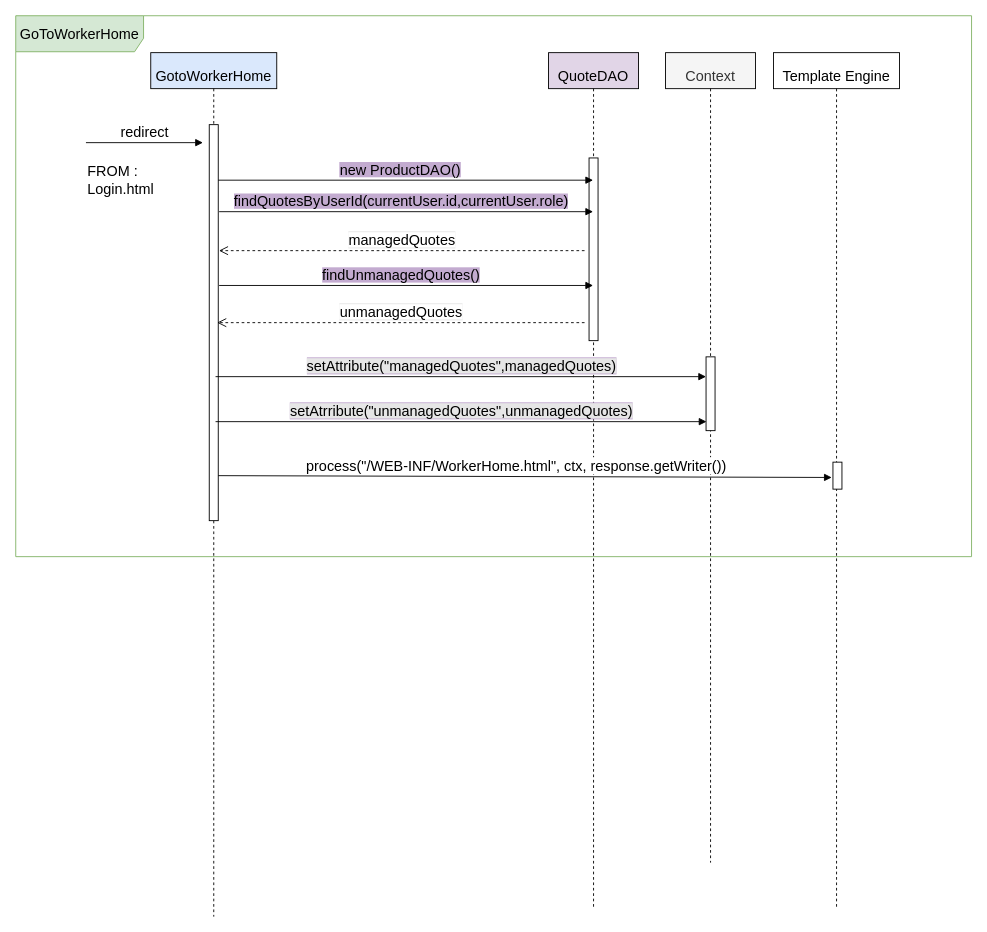
ManuMerlo/Web-App-Project-TIW-2022-Inghilleri-Merlo keeps this draw.io diagram as documentation/PureHTML_files_drawio/GotoWorkerHome.drawio. Above is the earlier version. Source tidied: cells renumbered, new cells numbered last; positions are measured from the earlier drawing's top-left corner, leaving out a move shared by most shapes. Both pictures are drawn from the tidied source at 90%, with x=0, y=0 at pixel (15, 15).
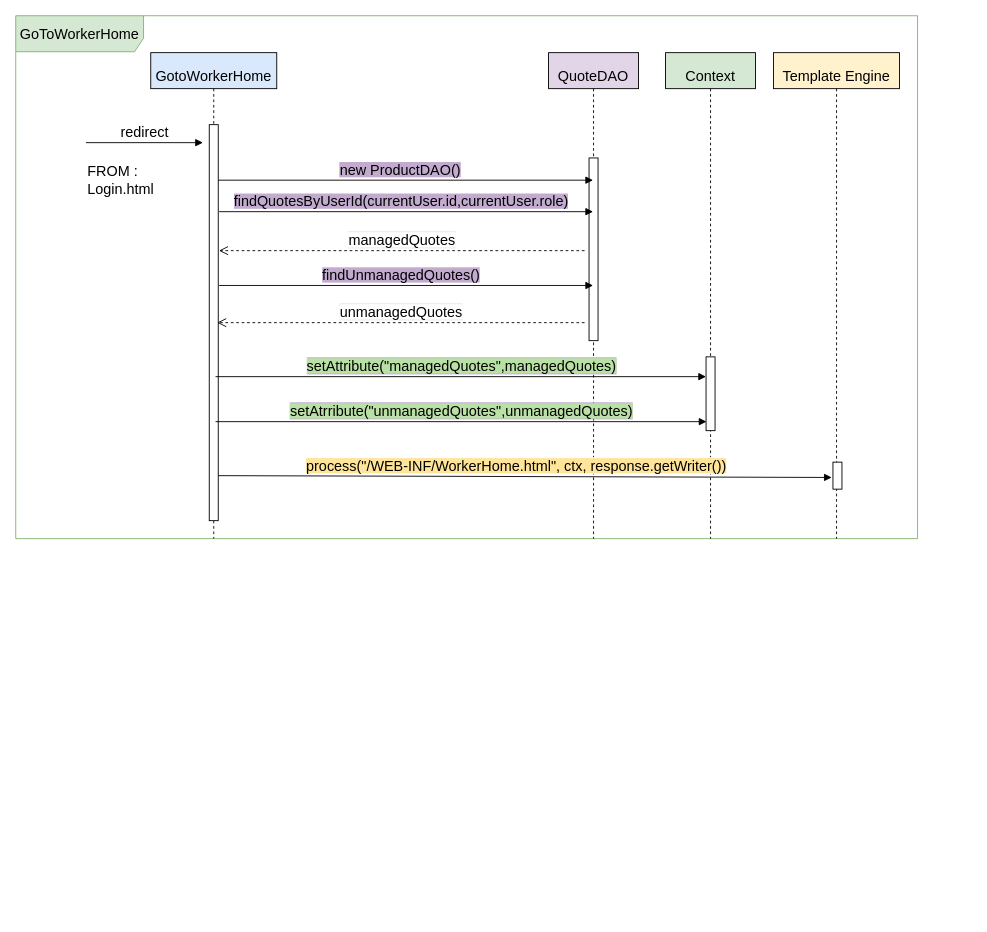
The same diagram, later.

Unchanged cells that the change refers to:
```xml
<mxCell id="13" style="html=1;points=[];perimeter=orthogonalPerimeter;fontSize=16;" parent="12" vertex="1">
  <mxGeometry x="66" y="455" width="10" height="30" as="geometry" />
</mxCell>
```

Change to the diagram source:
```diff
@@
     <mxCell id="2" value="GoToWorkerHome" style="shape=umlFrame;whiteSpace=wrap;html=1;fontSize=16;width=142;height=40;fillColor=#d5e8d4;strokeColor=#82b366;" parent="1" vertex="1">
-      <mxGeometry width="1062" height="601" as="geometry" />
+      <mxGeometry width="1002" height="581" as="geometry" />
     </mxCell>
     <mxCell id="3" value="&lt;font style=&quot;font-size: 16px;&quot;&gt;GotoWorkerHome&lt;/font&gt;" style="shape=umlLifeline;perimeter=lifelinePerimeter;whiteSpace=wrap;html=1;fontSize=33;align=center;fillColor=#dae8fc;strokeColor=#000000;" parent="1" vertex="1">
-      <mxGeometry x="150" y="41" width="140" height="960" as="geometry" />
+      <mxGeometry x="150" y="41" width="140" height="540" as="geometry" />
     </mxCell>
@@
-    <mxCell id="7" value="&lt;span style=&quot;font-size: 16px;&quot;&gt;Context&lt;/span&gt;" style="shape=umlLifeline;perimeter=lifelinePerimeter;whiteSpace=wrap;html=1;fontSize=33;align=center;fillColor=#f5f5f5;strokeColor=#000000;fontColor=#333333;" parent="1" vertex="1">
-      <mxGeometry x="722" y="41" width="100" height="900" as="geometry" />
+    <mxCell id="7" value="&lt;span style=&quot;font-size: 16px;&quot;&gt;Context&lt;/span&gt;" style="shape=umlLifeline;perimeter=lifelinePerimeter;whiteSpace=wrap;html=1;fontSize=33;align=center;fillColor=#d5e8d4;strokeColor=#000000;" parent="1" vertex="1">
+      <mxGeometry x="722" y="41" width="100" height="540" as="geometry" />
     </mxCell>
@@
     <mxCell id="9" value="&lt;span style=&quot;font-size: 16px;&quot;&gt;QuoteDAO&lt;/span&gt;" style="shape=umlLifeline;perimeter=lifelinePerimeter;whiteSpace=wrap;html=1;outlineConnect=0;fontSize=33;align=center;fillColor=#e1d5e7;strokeColor=#000000;" parent="1" vertex="1">
-      <mxGeometry x="592" y="41" width="100" height="950" as="geometry" />
+      <mxGeometry x="592" y="41" width="100" height="540" as="geometry" />
     </mxCell>
@@
-    <mxCell id="12" value="&lt;span style=&quot;font-size: 16px;&quot;&gt;Template Engine&lt;/span&gt;" style="shape=umlLifeline;perimeter=lifelinePerimeter;whiteSpace=wrap;html=1;fontSize=33;align=center;" parent="1" vertex="1">
-      <mxGeometry x="842" y="41" width="140" height="950" as="geometry" />
+    <mxCell id="12" value="&lt;span style=&quot;font-size: 16px;&quot;&gt;Template Engine&lt;/span&gt;" style="shape=umlLifeline;perimeter=lifelinePerimeter;whiteSpace=wrap;html=1;fontSize=33;align=center;fillColor=#fff2cc;strokeColor=#000000;" parent="1" vertex="1">
+      <mxGeometry x="842" y="41" width="140" height="540" as="geometry" />
     </mxCell>
@@
-    <mxCell id="14" value="process(&quot;/WEB-INF/WorkerHome.html&quot;, ctx, response.getWriter())" style="html=1;verticalAlign=bottom;endArrow=block;rounded=0;fontSize=16;entryX=-0.133;entryY=0.567;entryDx=0;entryDy=0;entryPerimeter=0;" parent="1" edge="1" target="13">
+    <mxCell id="14" value="&lt;span style=&quot;background-color: rgb(255, 229, 153);&quot;&gt;process(&quot;/WEB-INF/WorkerHome.html&quot;, ctx, response.getWriter())&lt;/span&gt;" style="html=1;verticalAlign=bottom;endArrow=block;rounded=0;fontSize=16;entryX=-0.133;entryY=0.567;entryDx=0;entryDy=0;entryPerimeter=0;" parent="1" edge="1" target="13">
       <mxGeometry x="-0.03" relative="1" as="geometry">
         <mxPoint x="225" y="511" as="sourcePoint" />
       </mxGeometry>
     </mxCell>
@@
-    <mxCell id="19" value="&lt;span style=&quot;background-color: rgb(230, 230, 230);&quot;&gt;setAttribute(&quot;managedQuotes&quot;,managedQuotes)&lt;/span&gt;" style="html=1;verticalAlign=bottom;endArrow=block;rounded=0;labelBackgroundColor=#C3ABD0;fontSize=16;" parent="1" edge="1">
+    <mxCell id="19" value="&lt;span style=&quot;background-color: rgb(185, 224, 165);&quot;&gt;setAttribute(&quot;managedQuotes&quot;,managedQuotes)&lt;/span&gt;" style="html=1;verticalAlign=bottom;endArrow=block;rounded=0;labelBackgroundColor=#C3ABD0;fontSize=16;" parent="1" edge="1">
       <mxGeometry relative="1" as="geometry">
         <mxPoint x="222" y="401" as="sourcePoint" />
         <mxPoint x="767" y="401" as="targetPoint" />
       </mxGeometry>
     </mxCell>
-    <mxCell id="20" value="&lt;span style=&quot;background-color: rgb(230, 230, 230);&quot;&gt;setAtrribute(&quot;unmanagedQuotes&quot;,unmanagedQuotes)&lt;/span&gt;" style="html=1;verticalAlign=bottom;endArrow=block;rounded=0;labelBackgroundColor=#C3ABD0;fontSize=16;" parent="1" edge="1">
+    <mxCell id="20" value="&lt;span style=&quot;background-color: rgb(185, 224, 165);&quot;&gt;setAtrribute(&quot;unmanagedQuotes&quot;,unmanagedQuotes)&lt;/span&gt;" style="html=1;verticalAlign=bottom;endArrow=block;rounded=0;labelBackgroundColor=#C3ABD0;fontSize=16;" parent="1" edge="1">
       <mxGeometry relative="1" as="geometry">
         <mxPoint x="222" y="451" as="sourcePoint" />
         <mxPoint x="767.5" y="451" as="targetPoint" />
       </mxGeometry>
     </mxCell>
```
